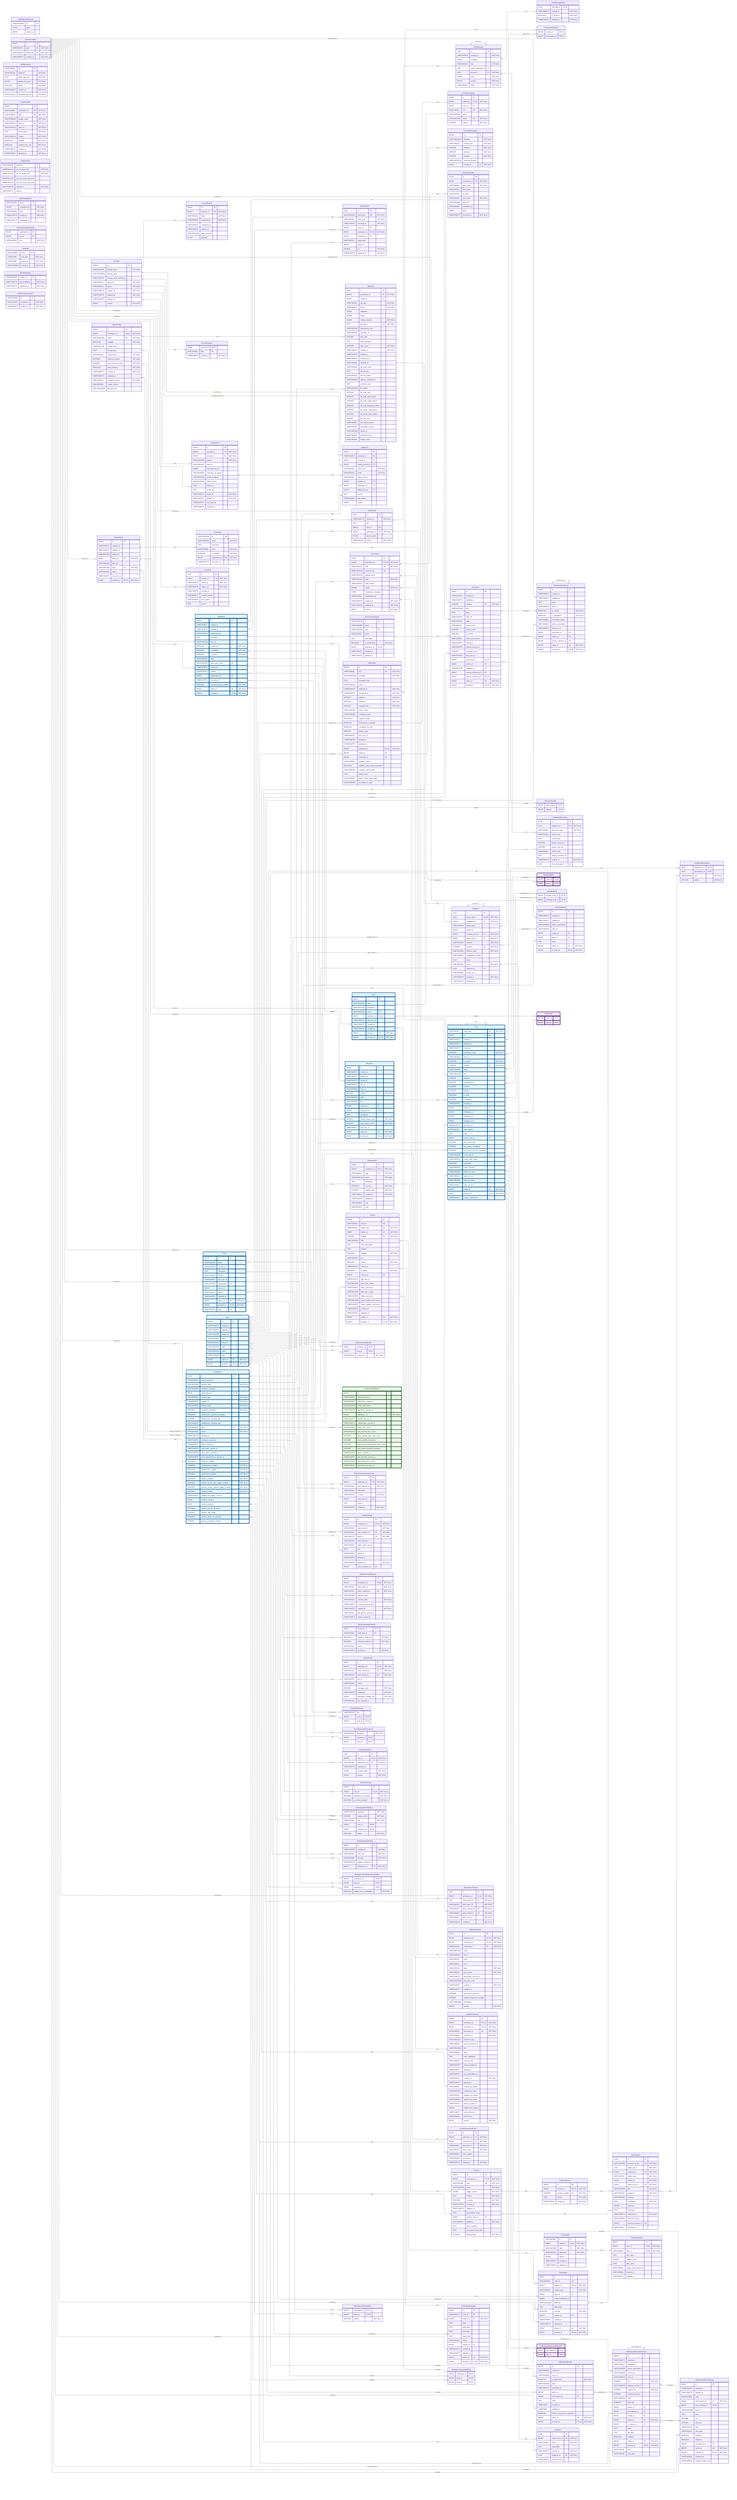
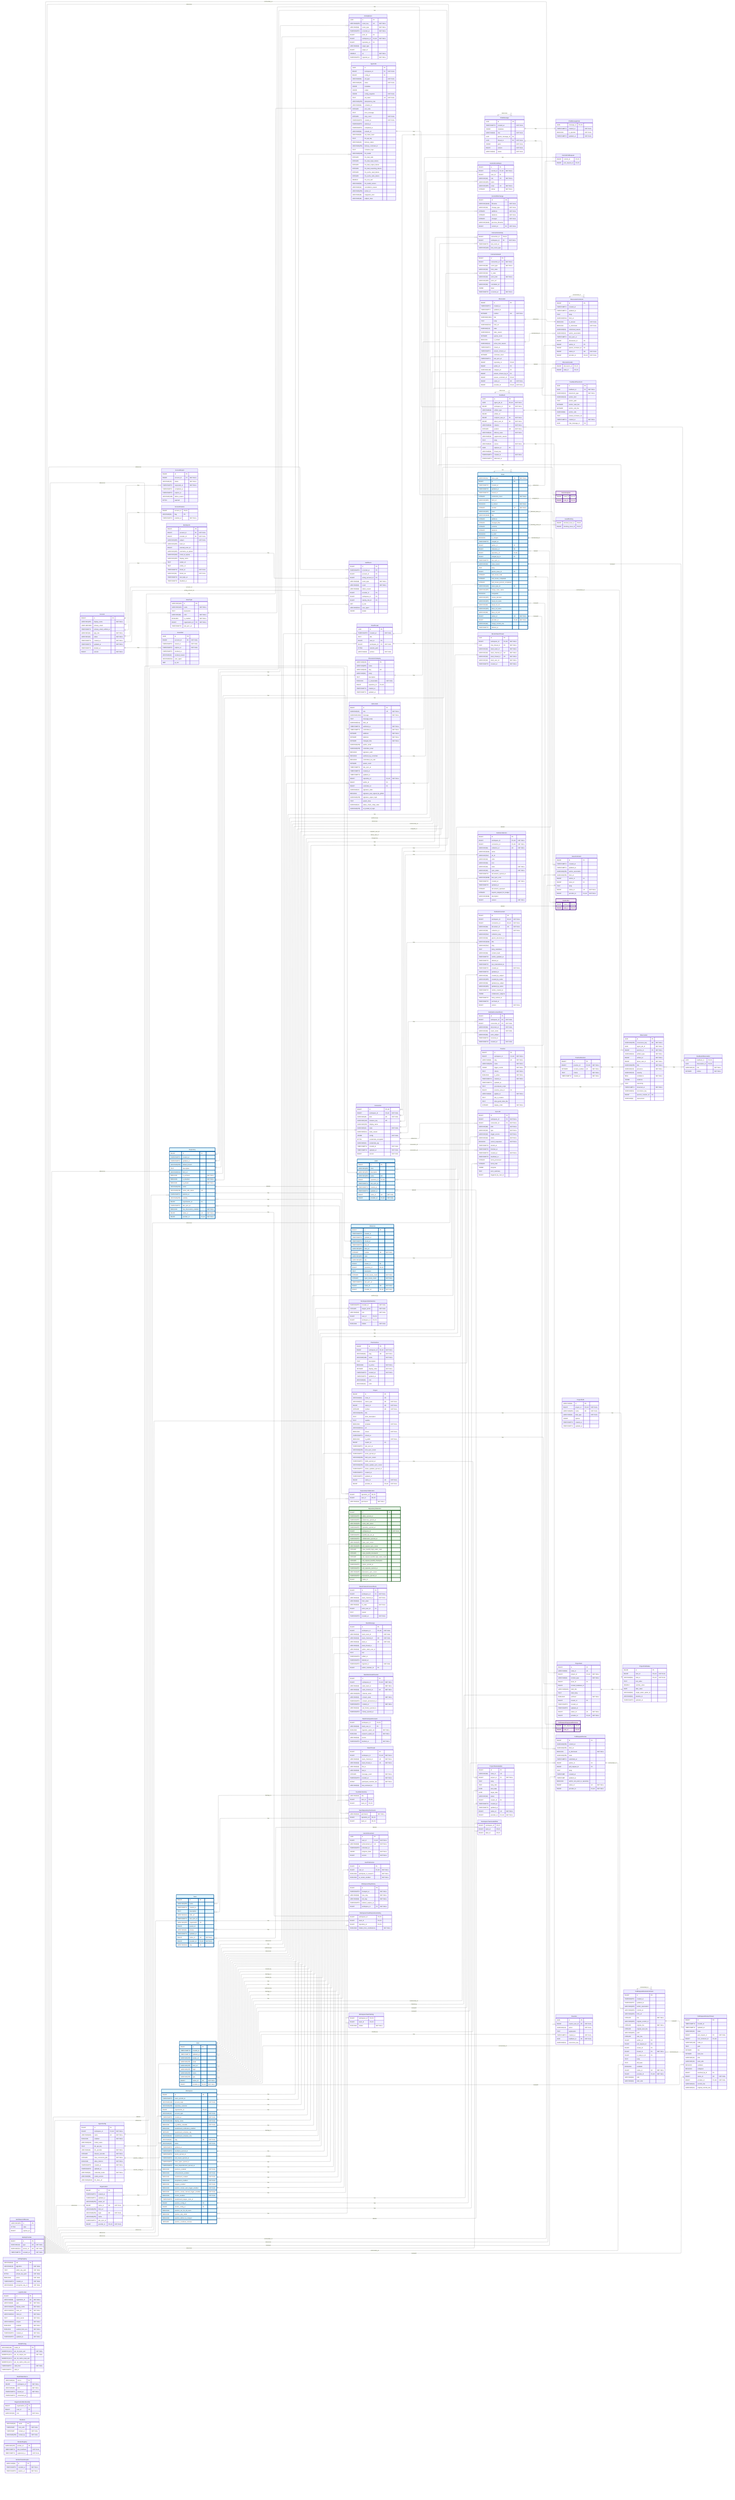
---
config:
    layout: elk
---
erDiagram
    %% Generated automatically from PostgreSQL database schema
    %% using scripts/generate-mermaid-erd.ts
    %% To regenerate: pnpm run db:generate-erd-docs

    direction LR

    Account {
        BIGINT id PK
        VARCHAR(255) display_name "NOT NULL"
        USER-DEFINED primary_email
        TIMESTAMPTZ primary_email_verified_at
        VARCHAR(16) app_role "NOT NULL"
        VARCHAR(16) status "NOT NULL"
        TIMESTAMPTZ created_at "NOT NULL"
        TIMESTAMPTZ updated_at "NOT NULL"
        TIMESTAMPTZ deleted_at
        BIGINT version "NOT NULL"
    }

    AccountExport {
        BIGINT id PK
        BIGINT account_id FK "NOT NULL"
        VARCHAR(16) status "NOT NULL"
        TIMESTAMPTZ requested_at "NOT NULL"
        TIMESTAMPTZ completed_at
        TIMESTAMPTZ expires_at
        VARCHAR(128) failure_reason
        BYTEA payload
    }

    AccountFeature {
        BIGINT account_id PK,FK
        VARCHAR(64) flag PK
        TIMESTAMPTZ enabled_at "NOT NULL"
    }

    ActivityEvent {
        UUID id PK
        VARCHAR(255) event_key UK "NOT NULL"
        VARCHAR(64) event_type "NOT NULL"
        TIMESTAMPTZ occurred_at "NOT NULL"
        BIGINT actor_id FK
        BIGINT workspace_id FK,UK "NOT NULL"
        BIGINT repository_id FK
        VARCHAR(32) target_type
        BIGINT target_id
        DOUBLE xp "NOT NULL"
        TIMESTAMPTZ ingested_at "NOT NULL"
    }

    AgentConfig {
        BIGINT id PK
        BIGINT workspace_id FK,UK "NOT NULL"
        VARCHAR(100) name UK "NOT NULL"
        BOOLEAN enabled "NOT NULL"
        VARCHAR(128) model_name
        TEXT llm_api_key
        VARCHAR(32) llm_provider "NOT NULL"
        INTEGER timeout_seconds "NOT NULL"
        INTEGER max_concurrent_jobs "NOT NULL"
        BOOLEAN allow_internet "NOT NULL"
        TIMESTAMPTZ created_at "NOT NULL"
        TIMESTAMPTZ updated_at
        VARCHAR(16) credential_mode "NOT NULL"
        VARCHAR(50) model_version
        VARCHAR(2048) llm_base_url
    }

    AgentJob {
        UUID id PK
        BIGINT workspace_id FK "NOT NULL"
        BIGINT config_id FK
        VARCHAR(50) job_type "NOT NULL"
        VARCHAR(20) status "NOT NULL"
        JSONB metadata
        JSONB output
        JSONB config_snapshot "NOT NULL"
        TEXT job_token UK "NOT NULL"
        VARCHAR(255) idempotency_key
        VARCHAR(64) container_id
        INTEGER exit_code
        TEXT error_message
        INTEGER retry_count "NOT NULL"
        TIMESTAMPTZ created_at "NOT NULL"
        TIMESTAMPTZ started_at
        TIMESTAMPTZ completed_at
        VARCHAR(64) network_id
        VARCHAR(64) job_token_hash
        TEXT llm_api_key
        VARCHAR(20) delivery_status
        VARCHAR(255) delivery_comment_id
        TEXT container_logs
        VARCHAR(100) llm_model
        INTEGER llm_total_calls
        INTEGER llm_total_input_tokens
        INTEGER llm_total_output_tokens
        INTEGER llm_total_reasoning_tokens
        INTEGER llm_cache_read_tokens
        INTEGER llm_cache_write_tokens
        DOUBLE llm_cost_usd
        VARCHAR(50) llm_model_version
        VARCHAR(32) cancellation_reason
        VARCHAR(255) worker_id
        VARCHAR(48) integration_kind
        VARCHAR(48) subject_class
    }

    AuthEvent {
        BIGINT id PK
        TIMESTAMPTZ occurred_at PK
        BIGINT account_id FK
        BIGINT acting_account_id FK
        VARCHAR(48) event_type "NOT NULL"
        VARCHAR(16) result "NOT NULL"
        VARCHAR(64) failure_reason
        BIGINT provider_id FK
        BIGINT workspace_id FK
        BIGINT identity_link_id FK
        INET ip_inet
        VARCHAR(512) user_agent
        JSONB details
    }

    AuthRateLimitBucket {
        VARCHAR(255) id PK
        BYTEA state
        BIGINT expires_at
    }

    ChatMessage {
        UUID id PK
        TIMESTAMPTZ created_at "NOT NULL"
        JSONB metadata
        VARCHAR(16) role "NOT NULL"
        UUID parent_message_id FK
        UUID thread_id FK "NOT NULL"
        JSONB parts "NOT NULL"
        BIGINT version "NOT NULL"
        VARCHAR(16) status "NOT NULL"
    }

    ChatMessageVote {
        UUID message_id PK,FK
        TIMESTAMPTZ created_at "NOT NULL"
        BOOLEAN is_upvoted "NOT NULL"
        TIMESTAMPTZ updated_at "NOT NULL"
    }

    ChatThread {
        UUID id PK
        TIMESTAMPTZ created_at "NOT NULL"
        TEXT title
        BIGINT user_id FK
        BIGINT workspace_id FK "NOT NULL"
        BYTEA session_jsonl
        VARCHAR(16) surface "NOT NULL"
    }

    CommitContributor {
        BIGINT id PK
        BIGINT commit_id FK,UK "NOT NULL"
        BIGINT user_id FK
        VARCHAR(32) role UK "NOT NULL"
        VARCHAR(255) name
        VARCHAR(255) email UK "NOT NULL"
        INTEGER ordinal "NOT NULL"
    }

    CommitFileChange {
        BIGINT id PK
        VARCHAR(1024) filename "NOT NULL"
        VARCHAR(32) change_type "NOT NULL"
        INTEGER additions "NOT NULL"
        INTEGER deletions "NOT NULL"
        INTEGER changes "NOT NULL"
        VARCHAR(1024) previous_filename
        BIGINT commit_id FK "NOT NULL"
    }

    CommitPullRequest {
        BIGINT commit_id PK,FK
        BIGINT pull_request_id PK,FK
    }

    Connection {
-         BIGINT id PK
+         BIGINT id PK,UK
        BIGINT workspace_id FK,UK "NOT NULL"
        VARCHAR(48) kind UK "NOT NULL"
        VARCHAR(128) instance_key UK
        VARCHAR(256) display_name
        VARCHAR(32) state "NOT NULL"
        VARCHAR(512) state_reason
        JSONB config "NOT NULL"
        BYTEA credentials_encrypted
        VARCHAR(64) credentials_alg
        TIMESTAMPTZ created_at "NOT NULL"
        TIMESTAMPTZ updated_at "NOT NULL"
        BIGINT version "NOT NULL"
+     }
+ 
+     ConnectionActivity {
+         BIGINT connection_id PK,FK
+         BIGINT workspace_id FK "NOT NULL"
+         TIMESTAMPTZ last_event_at
+         VARCHAR(128) last_event_type
    }

    ConnectionAudit {
        BIGINT id PK
        BIGINT connection_id FK "NOT NULL"
        VARCHAR(48) event_type "NOT NULL"
        VARCHAR(32) from_state
        VARCHAR(32) to_state
        VARCHAR(32) actor_kind "NOT NULL"
        VARCHAR(256) actor_ref
        VARCHAR(64) correlation_id
        JSONB detail
        TIMESTAMPTZ occurred_at "NOT NULL"
    }

    Discussion {
        BIGINT id PK
        TIMESTAMPTZ created_at
        TIMESTAMPTZ updated_at
        INTEGER number UK "NOT NULL"
        VARCHAR(1024) title
        TEXT body
        VARCHAR(512) html_url
        VARCHAR(16) state
        VARCHAR(32) state_reason
        INTEGER upvote_count
        BOOLEAN is_locked
        VARCHAR(32) active_lock_reason
        TIMESTAMPTZ closed_at
        TIMESTAMPTZ answer_chosen_at
        INTEGER comment_count
        TIMESTAMPTZ last_sync_at
        BIGINT repository_id FK,UK
        BIGINT author_id FK
        VARCHAR(128) category_id FK
        BIGINT answer_chosen_by_id FK
        BIGINT answer_comment_id FK,UK
        BIGINT native_id UK "NOT NULL"
        BIGINT provider_id FK,UK "NOT NULL"
    }

    DiscussionCategory {
        VARCHAR(128) id PK
        VARCHAR(255) name
        VARCHAR(128) slug UK
        VARCHAR(32) emoji
        TEXT description
        BOOLEAN is_answerable "NOT NULL"
        BIGINT repository_id FK,UK
        TIMESTAMPTZ created_at
        TIMESTAMPTZ updated_at
    }

    DiscussionComment {
        BIGINT id PK
        TIMESTAMPTZ created_at
        TIMESTAMPTZ updated_at
        TEXT body
        VARCHAR(512) html_url
        BOOLEAN is_answer "NOT NULL"
        BOOLEAN is_minimized "NOT NULL"
        VARCHAR(64) minimized_reason
        VARCHAR(32) author_association
        TIMESTAMPTZ last_sync_at
        BIGINT discussion_id FK
        BIGINT author_id FK
        BIGINT parent_comment_id FK
        BIGINT native_id UK "NOT NULL"
        BIGINT provider_id FK,UK "NOT NULL"
    }

    DiscussionLabel {
        BIGINT discussion_id PK,FK
        BIGINT label_id PK,FK
    }

    Feedback {
        UUID id PK
        UUID agent_job_id FK,UK "NOT NULL"
        BIGINT workspace_id FK "NOT NULL"
        VARCHAR(32) artifact_type
        BIGINT artifact_id
        BIGINT recipient_user_id FK "NOT NULL"
        BIGINT about_user_id FK "NOT NULL"
        VARCHAR(32) channel "NOT NULL"
        INTEGER position UK "NOT NULL"
        VARCHAR(16) delivery_state "NOT NULL"
        VARCHAR(32) suppression_reason
        TEXT body
        VARCHAR(16) source "NOT NULL"
        UUID replaces_id FK
        VARCHAR(64) thread_key
        TIMESTAMPTZ created_at "NOT NULL"
        TIMESTAMPTZ delivered_at
    }

    FeedbackObservation {
        UUID feedback_id PK,FK
        UUID observation_id PK,FK
        VARCHAR(16) role "NOT NULL"
        INTEGER ordinal "NOT NULL"
    }

    FeedbackPlacement {
        UUID id PK
        UUID feedback_id FK "NOT NULL"
        VARCHAR(32) placement_type "NOT NULL"
        VARCHAR(16) anchor_kind
        TEXT anchor_path
        INTEGER anchor_start_line
        INTEGER anchor_end_line
        VARCHAR(8) anchor_side
        TEXT posted_comment_ref
        TIMESTAMPTZ created_at "NOT NULL"
        UUID chat_message_id FK
    }

    GitCommit {
        BIGINT id PK
        VARCHAR(40) sha UK "NOT NULL"
        VARCHAR(1024) message "NOT NULL"
        TEXT message_body
        VARCHAR(512) html_url
        TIMESTAMPTZ authored_at "NOT NULL"
        TIMESTAMPTZ committed_at "NOT NULL"
        INTEGER additions "NOT NULL"
        INTEGER deletions "NOT NULL"
        INTEGER changed_files "NOT NULL"
        VARCHAR(255) author_email
        VARCHAR(255) committer_email
        BOOLEAN signature_valid
        BOOLEAN authored_by_committer
        BOOLEAN committed_via_web
        INTEGER parent_count
        TIMESTAMPTZ last_sync_at
        TIMESTAMPTZ created_at
        TIMESTAMPTZ updated_at
        BIGINT repository_id FK,UK "NOT NULL"
        BIGINT author_id FK
        BIGINT committer_id FK
        VARCHAR(32) signature_state
        BOOLEAN signature_was_signed_by_github
        VARCHAR(255) signature_signer_login
        TEXT parent_shas
        VARCHAR(32) status_check_rollup_state
        VARCHAR(255) on_behalf_of_login
    }

    IdentityLink {
        BIGINT id PK
        BIGINT account_id FK "NOT NULL"
        BIGINT provider_id FK "NOT NULL"
        VARCHAR(255) subject "NOT NULL"
        VARCHAR(255) team_id
        BIGINT external_actor_id
        VARCHAR(255) username_at_signup
        VARCHAR(320) email_at_signup
        VARCHAR(255) display_name
        TEXT avatar_url
        TEXT profile_url
        TIMESTAMPTZ linked_at "NOT NULL"
        VARCHAR(16) linked_via "NOT NULL"
        TIMESTAMPTZ last_login_at
        TIMESTAMPTZ disabled_at
    }

    IdentityProvider {
        BIGINT id PK
        VARCHAR(10) type UK "NOT NULL"
        VARCHAR(512) server_url UK "NOT NULL"
        TIMESTAMPTZ created_at "NOT NULL"
    }

    Issue {
        VARCHAR(31) issue_type UK "NOT NULL"
        BIGINT id PK
        TIMESTAMPTZ created_at
        TIMESTAMPTZ updated_at
        TIMESTAMPTZ closed_at
        INTEGER comments_count "NOT NULL"
        VARCHAR(255) html_url
        BOOLEAN is_locked "NOT NULL"
        INTEGER number UK "NOT NULL"
        VARCHAR(255) state
        VARCHAR(1024) title
        INTEGER additions
        INTEGER changed_files
        INTEGER commits
        INTEGER deletions
        BOOLEAN is_draft
        BOOLEAN is_merged
        TIMESTAMPTZ merged_at
        BIGINT author_id FK
        BIGINT milestone_id FK
        BIGINT repository_id FK,UK
        BIGINT merged_by_id FK
        TIMESTAMPTZ last_sync_at
        VARCHAR(32) state_reason
        TEXT body
        BIGINT parent_issue_id FK
        INTEGER sub_issues_total
        INTEGER sub_issues_completed
        INTEGER sub_issues_percent_completed
        VARCHAR(128) issue_type_id FK
        VARCHAR(255) merge_state_status
        BOOLEAN mergeable
        VARCHAR(255) review_decision
        VARCHAR(255) head_ref_name
        VARCHAR(40) head_ref_oid
        VARCHAR(255) base_ref_name
        VARCHAR(40) base_ref_oid
        BIGINT native_id UK "NOT NULL"
        BIGINT provider_id FK,UK "NOT NULL"
        VARCHAR(40) merge_commit_sha
+         TIMESTAMPTZ deleted_at
    }

    IssueAssignee {
        BIGINT issue_id PK,FK
        BIGINT user_id PK,FK
    }

    IssueBlocking {
        BIGINT blocked_issue_id PK,FK
        BIGINT blocking_issue_id PK,FK
    }

    IssueComment {
        BIGINT id PK
        TIMESTAMPTZ created_at
        TIMESTAMPTZ updated_at
        VARCHAR(255) author_association
        VARCHAR(255) html_url
        BIGINT author_id FK
        BIGINT issue_id FK
        TEXT body
        BIGINT native_id UK "NOT NULL"
        BIGINT provider_id FK,UK "NOT NULL"
    }

    IssueLabel {
        BIGINT issue_id PK,FK
        BIGINT label_id PK,FK
    }

    IssueType {
        VARCHAR(128) id PK
        VARCHAR(128) name "NOT NULL"
        TEXT description
        VARCHAR(20) color "NOT NULL"
        BOOLEAN is_enabled "NOT NULL"
        BIGINT organization_id FK "NOT NULL"
        TIMESTAMPTZ last_sync_at
    }

    IssuedJwt {
        UUID jti PK
        BIGINT account_id FK "NOT NULL"
        TIMESTAMPTZ issued_at "NOT NULL"
        TIMESTAMPTZ expires_at "NOT NULL"
        TIMESTAMPTZ revoked_at
        VARCHAR(32) revoked_reason
        VARCHAR(512) user_agent
        INET ip_inet
    }

    JwtSigningKey {
        VARCHAR(64) kid PK
        VARCHAR(16) algorithm "NOT NULL"
        TEXT public_key_pem "NOT NULL"
        BYTEA private_key_pem "NOT NULL"
        BOOLEAN active "NOT NULL"
        TIMESTAMPTZ created_at "NOT NULL"
        VARCHAR(64) encryption_key_id "NOT NULL"
    }

    Label {
        BIGINT id PK
        VARCHAR(255) color
        VARCHAR(255) description
        VARCHAR(255) name UK
        BIGINT repository_id FK,UK
        TIMESTAMPTZ last_sync_at
        TIMESTAMPTZ created_at
        TIMESTAMPTZ updated_at
        BIGINT native_id UK "NOT NULL"
        BIGINT provider_id FK,UK "NOT NULL"
    }

    LoginProvider {
        BIGINT id PK
        VARCHAR(64) registration_id UK "NOT NULL"
        VARCHAR(10) type UK "NOT NULL"
        VARCHAR(255) display_name "NOT NULL"
        VARCHAR(512) base_url UK "NOT NULL"
        VARCHAR(512) client_id "NOT NULL"
        TEXT client_secret "NOT NULL"
        VARCHAR(512) scopes "NOT NULL"
        BOOLEAN enabled "NOT NULL"
        BOOLEAN seeded_from_env "NOT NULL"
        TIMESTAMPTZ created_at "NOT NULL"
        TIMESTAMPTZ updated_at "NOT NULL"
    }

    MentorSlackThread {
        UUID id PK
        BIGINT workspace_id FK,UK "NOT NULL"
        UUID chat_thread_id FK "NOT NULL"
        VARCHAR(32) slack_team_id "NOT NULL"
        VARCHAR(32) slack_channel_id UK "NOT NULL"
        VARCHAR(32) slack_thread_ts UK "NOT NULL"
        VARCHAR(32) slack_user_id "NOT NULL"
        TIMESTAMPTZ created_at "NOT NULL"
    }

    Milestone {
        BIGINT id PK
        TIMESTAMPTZ created_at
        TIMESTAMPTZ updated_at
        TIMESTAMPTZ closed_at
        TIMESTAMPTZ due_on
        VARCHAR(255) html_url
        INTEGER number UK "NOT NULL"
        VARCHAR(255) state
        VARCHAR(255) title
        BIGINT creator_id FK
        BIGINT repository_id FK,UK
        TEXT description
        INTEGER closed_issues_count "NOT NULL"
        INTEGER open_issues_count "NOT NULL"
        TIMESTAMPTZ last_sync_at
        BIGINT native_id UK "NOT NULL"
        BIGINT provider_id FK,UK "NOT NULL"
    }

    ModelPricing {
        VARCHAR(128) model_id PK
        NUMERIC(12,6) per_1k_input_usd "NOT NULL"
        NUMERIC(12,6) per_1k_output_usd "NOT NULL"
        NUMERIC(12,6) per_1k_cache_read_usd
        NUMERIC(12,6) per_1k_cache_write_usd
        TIMESTAMPTZ valid_from "NOT NULL"
        TIMESTAMPTZ valid_to
    }

    OauthStateNonce {
        VARCHAR(32) nonce PK
        BIGINT workspace_id "NOT NULL"
        VARCHAR(48) kind "NOT NULL"
        TIMESTAMPTZ issued_at "NOT NULL"
        TIMESTAMPTZ consumed_at
    }

    Observation {
        UUID id PK
        VARCHAR(255) occurrence_key UK "NOT NULL"
        UUID agent_job_id "NOT NULL"
        BIGINT practice_id FK "NOT NULL"
        VARCHAR(32) artifact_type "NOT NULL"
        BIGINT artifact_id "NOT NULL"
        BIGINT about_user_id FK "NOT NULL"
        VARCHAR(255) title "NOT NULL"
        VARCHAR(16) presence "NOT NULL"
        VARCHAR(16) severity
        REAL confidence "NOT NULL"
        JSONB evidence
        TEXT reasoning
        TIMESTAMPTZ observed_at "NOT NULL"
        VARCHAR(64) recurrence_key
        BIGINT practice_revision_id FK
        VARCHAR(8) assessment
    }

    Organization {
        BIGINT id PK
        TIMESTAMPTZ created_at
        TIMESTAMPTZ updated_at
        VARCHAR(255) avatar_url
        BIGINT native_id UK "NOT NULL"
        VARCHAR(255) html_url
        VARCHAR(255) login UK "NOT NULL"
        VARCHAR(255) name
        TIMESTAMPTZ last_sync_at
        BIGINT provider_id FK,UK "NOT NULL"
    }

    OrganizationMembership {
        BIGINT organization_id PK
        BIGINT user_id PK
        VARCHAR(32) role "NOT NULL"
    }

    OutlineCollection {
        BIGINT id PK
        BIGINT workspace_id FK,UK "NOT NULL"
        BIGINT connection_id FK,UK "NOT NULL"
        VARCHAR(64) collection_id UK "NOT NULL"
        VARCHAR(1024) name
        VARCHAR(512) url_id
        VARCHAR(32) color
        VARCHAR(64) icon
        VARCHAR(16) state "NOT NULL"
        VARCHAR(16) sync_status "NOT NULL"
        TIMESTAMPTZ documents_synced_at
        VARCHAR(2048) last_sync_error
        TIMESTAMPTZ created_at "NOT NULL"
        TIMESTAMPTZ updated_at
        INTEGER documents_upstream
        INTEGER exports_skipped_for_budget
        VARCHAR(2048) description
        BIGINT version "NOT NULL"
    }

    OutlineDocument {
        BIGINT id PK
        BIGINT workspace_id FK,UK "NOT NULL"
        BIGINT connection_id FK,UK "NOT NULL"
        VARCHAR(64) document_id UK "NOT NULL"
        VARCHAR(64) collection_id "NOT NULL"
        VARCHAR(512) collection_slug
        VARCHAR(64) parent_document_id
        VARCHAR(1024) title
        VARCHAR(512) slug
        TEXT body_markdown
        VARCHAR(64) content_hash
        TIMESTAMPTZ outline_updated_at
        TIMESTAMPTZ deleted_at
        TIMESTAMPTZ last_materialized_at
        TIMESTAMPTZ created_at "NOT NULL"
        TIMESTAMPTZ updated_at
        VARCHAR(64) created_by_subject
        VARCHAR(255) created_by_name
        VARCHAR(64) updated_by_subject
        VARCHAR(255) updated_by_name
        TIMESTAMPTZ outline_created_at
        JSONB collaborator_subjects
        TIMESTAMPTZ body_evicted_at
        TIMESTAMPTZ archived_at
        BIGINT version "NOT NULL"
    }

    OutlineDocumentEvent {
        BIGINT id PK
        BIGINT workspace_id FK "NOT NULL"
        BIGINT connection_id FK "NOT NULL"
        VARCHAR(64) document_id "NOT NULL"
        VARCHAR(64) event_name "NOT NULL"
        VARCHAR(64) actor_subject
        TIMESTAMPTZ occurred_at
        TIMESTAMPTZ created_at "NOT NULL"
    }

    Practice {
        BIGINT id PK
        BIGINT workspace_id FK,UK "NOT NULL"
        VARCHAR(64) slug UK "NOT NULL"
        VARCHAR(128) name "NOT NULL"
        JSONB trigger_events "NOT NULL"
        TEXT criteria "NOT NULL"
        BOOLEAN is_active "NOT NULL"
        TIMESTAMPTZ created_at "NOT NULL"
        TIMESTAMPTZ updated_at
        TEXT precompute_script
        BIGINT practice_area_id FK
        VARCHAR(32) applies_to "NOT NULL"
        TEXT why_it_matters
        TEXT what_good_looks_like
        INTEGER display_order "NOT NULL"
    }

    PracticeArea {
        BIGINT id PK
        BIGINT workspace_id FK,UK "NOT NULL"
        VARCHAR(64) slug UK "NOT NULL"
        VARCHAR(128) name "NOT NULL"
        TEXT description
        BOOLEAN is_active "NOT NULL"
        INTEGER display_order "NOT NULL"
        TIMESTAMPTZ created_at "NOT NULL"
        TIMESTAMPTZ updated_at
        VARCHAR(64) icon
        VARCHAR(32) color
    }

    PracticeRevision {
        BIGINT id PK
        BIGINT practice_id FK,UK "NOT NULL"
        INTEGER revision_number UK "NOT NULL"
        TEXT criteria "NOT NULL"
        TIMESTAMPTZ created_at "NOT NULL"
    }

    Project {
        BIGINT id PK
        VARCHAR(64) node_id UK
        VARCHAR(32) owner_type UK "NOT NULL"
        BIGINT owner_id UK "NOT NULL"
        INTEGER number UK "NOT NULL"
        VARCHAR(256) title
        TEXT short_description
        TEXT readme
        BOOLEAN template "NOT NULL"
        VARCHAR(512) url
        BOOLEAN closed "NOT NULL"
        TIMESTAMPTZ closed_at
        BOOLEAN is_public "NOT NULL"
        BIGINT creator_id FK
        TIMESTAMPTZ last_sync_at
        VARCHAR(256) item_sync_cursor
        TIMESTAMPTZ items_synced_at
        VARCHAR(256) field_sync_cursor
        TIMESTAMPTZ fields_synced_at
        VARCHAR(256) status_update_sync_cursor
        TIMESTAMPTZ status_updates_synced_at
        TIMESTAMPTZ created_at
        TIMESTAMPTZ updated_at
        BIGINT native_id UK "NOT NULL"
        BIGINT provider_id FK,UK "NOT NULL"
    }

    ProjectField {
        VARCHAR(64) id PK
        BIGINT project_id FK,UK "NOT NULL"
        VARCHAR(256) name UK "NOT NULL"
        VARCHAR(32) data_type "NOT NULL"
        JSONB options
        TIMESTAMPTZ created_at
        TIMESTAMPTZ updated_at
    }

    ProjectFieldValue {
        BIGINT id PK
        BIGINT item_id FK,UK "NOT NULL"
        VARCHAR(64) field_id FK,UK "NOT NULL"
        TEXT text_value
        DOUBLE number_value
        DATE date_value
        VARCHAR(64) single_select_option_id
        VARCHAR(64) iteration_id
        TIMESTAMPTZ updated_at
    }

    ProjectItem {
        BIGINT id PK
        VARCHAR(64) node_id UK
        BIGINT project_id FK,UK "NOT NULL"
        VARCHAR(32) content_type "NOT NULL"
        BIGINT issue_id FK
        BIGINT content_database_id
        VARCHAR(1024) draft_title
        TEXT draft_body
        BOOLEAN archived "NOT NULL"
        BIGINT creator_id FK
        TIMESTAMPTZ created_at
        TIMESTAMPTZ updated_at
        BIGINT native_id UK "NOT NULL"
        BIGINT provider_id FK,UK "NOT NULL"
    }

    ProjectStatusUpdate {
        BIGINT id PK
        VARCHAR(64) node_id UK
        BIGINT project_id FK "NOT NULL"
        TEXT body
        TEXT body_html
        DATE start_date
        DATE target_date
        VARCHAR(32) status
        BIGINT creator_id FK
        TIMESTAMPTZ created_at
        TIMESTAMPTZ updated_at
        BIGINT native_id UK "NOT NULL"
        BIGINT provider_id FK,UK "NOT NULL"
    }

    PullRequestRequestedReviewer {
        BIGINT pull_request_id PK,FK
        BIGINT user_id PK,FK
    }

    PullRequestReview {
        BIGINT id PK
        VARCHAR(255) commit_id
        VARCHAR(255) html_url
        BOOLEAN is_dismissed "NOT NULL"
        VARCHAR(255) state
        TIMESTAMPTZ submitted_at
        BIGINT author_id FK
        BIGINT pull_request_id FK
        TEXT body
        TIMESTAMP created_at
        TIMESTAMP updated_at
        BOOLEAN author_can_push_to_repository
        BIGINT native_id UK "NOT NULL"
        BIGINT provider_id FK,UK "NOT NULL"
    }

    PullRequestReviewComment {
        BIGINT id PK
        TIMESTAMPTZ created_at
        TIMESTAMPTZ updated_at
        VARCHAR(255) author_association
        VARCHAR(255) commit_id
        VARCHAR(255) html_url
        INTEGER line "NOT NULL"
        VARCHAR(255) original_commit_id
        INTEGER original_line "NOT NULL"
        INTEGER original_start_line
        VARCHAR(255) path
        INTEGER start_line
        BIGINT author_id FK
        BIGINT pull_request_id FK
        BIGINT review_id FK
        BIGINT thread_id FK "NOT NULL"
        BIGINT in_reply_to_id FK
        TEXT body
        TEXT diff_hunk
        BOOLEAN outdated
        BIGINT native_id UK "NOT NULL"
        BIGINT provider_id FK,UK "NOT NULL"
        VARCHAR(16) side
        VARCHAR(16) start_side
    }

    PullRequestReviewThread {
        BIGINT id PK
        TIMESTAMPTZ created_at
        TIMESTAMPTZ updated_at
        VARCHAR(20) state
        BIGINT pull_request_id FK "NOT NULL"
        BIGINT root_comment_id FK,UK
        VARCHAR(128) node_id
        TEXT path
        INTEGER line
        INTEGER start_line
        VARCHAR(16) side
        VARCHAR(16) start_side
        BOOLEAN outdated
        BOOLEAN collapsed
        BIGINT resolved_by_id FK
        BIGINT native_id UK "NOT NULL"
        BIGINT provider_id FK,UK "NOT NULL"
        VARCHAR(64) commit_sha
        VARCHAR(64) original_commit_sha
    }

    Reaction {
        UUID id PK
        BIGINT reactor_user_id FK "NOT NULL"
        VARCHAR(16) action "NOT NULL"
        TEXT explanation
        TIMESTAMPTZ created_at "NOT NULL"
        UUID feedback_id FK "NOT NULL"
        VARCHAR(64) recurrence_key
    }

    Repository {
        BIGINT id PK
        TIMESTAMPTZ created_at
        TIMESTAMPTZ updated_at
        VARCHAR(255) default_branch
        TEXT description
        VARCHAR(512) html_url
        BOOLEAN is_archived "NOT NULL"
        BOOLEAN is_disabled "NOT NULL"
        BOOLEAN is_private "NOT NULL"
        VARCHAR(255) name
        VARCHAR(150) name_with_owner UK
        TIMESTAMPTZ pushed_at
        VARCHAR(255) visibility
        BIGINT organization_id FK
        TIMESTAMPTZ last_sync_at
        BOOLEAN has_discussions_enabled "NOT NULL"
        BIGINT native_id UK "NOT NULL"
        BIGINT provider_id FK,UK "NOT NULL"
    }

    RepositoryCollaborator {
        BIGINT repository_id PK,FK
        BIGINT user_id PK,FK
        VARCHAR(32) permission "NOT NULL"
    }

    RepositoryToMonitor {
        BIGINT id PK
        TIMESTAMPTZ labels_synced_at
        TIMESTAMPTZ milestones_synced_at
        VARCHAR(255) name_with_owner
        TIMESTAMPTZ repository_synced_at
        BIGINT workspace_id FK "NOT NULL"
        TIMESTAMPTZ backfill_last_run_at
        TIMESTAMPTZ collaborators_synced_at
        VARCHAR(255) issue_sync_cursor
        VARCHAR(255) pull_request_sync_cursor
        INTEGER issue_backfill_high_water_mark
        INTEGER issue_backfill_checkpoint
        INTEGER pull_request_backfill_high_water_mark
        INTEGER pull_request_backfill_checkpoint
        TIMESTAMPTZ issues_synced_at
        TIMESTAMPTZ pull_requests_synced_at
        VARCHAR(255) discussion_sync_cursor
        TIMESTAMPTZ discussions_synced_at
+         BIGINT native_id
    }

    Shedlock {
        VARCHAR(64) name PK
        TIMESTAMP lock_until "NOT NULL"
        TIMESTAMP locked_at "NOT NULL"
        VARCHAR(255) locked_by "NOT NULL"
    }

    SlackChannelConsentEvent {
        BIGINT id PK
        BIGINT workspace_id FK "NOT NULL"
        VARCHAR(32) slack_channel_id "NOT NULL"
        VARCHAR(16) from_state
        VARCHAR(16) to_state "NOT NULL"
        BIGINT actor_user_id FK
        TEXT reason
        TIMESTAMPTZ created_at "NOT NULL"
    }

    SlackMessage {
        BIGINT id PK
        BIGINT workspace_id FK,UK "NOT NULL"
        VARCHAR(32) slack_team_id "NOT NULL"
        VARCHAR(32) slack_channel_id UK "NOT NULL"
        VARCHAR(32) slack_ts UK "NOT NULL"
        VARCHAR(32) slack_thread_ts
        VARCHAR(32) author_slack_user_id
        TEXT text
        TIMESTAMPTZ edited_at
        TIMESTAMPTZ deleted_at
        TIMESTAMPTZ ingested_at "NOT NULL"
        BIGINT author_member_id FK
    }

    SlackMonitoredChannel {
        BIGINT id PK
        BIGINT workspace_id FK,UK "NOT NULL"
        VARCHAR(32) slack_team_id "NOT NULL"
        VARCHAR(32) slack_channel_id UK "NOT NULL"
        VARCHAR(256) channel_name
        VARCHAR(16) consent_state "NOT NULL"
        TIMESTAMPTZ consent_announced_at
        TIMESTAMPTZ created_at "NOT NULL"
        VARCHAR(32) last_history_synced_ts
        TIMESTAMPTZ history_synced_at
    }

    SlackParticipantConsent {
        BIGINT workspace_id PK,FK
        VARCHAR(32) slack_user_id PK
        BOOLEAN ingestion_opted_out "NOT NULL"
        BOOLEAN research_opted_out "NOT NULL"
        VARCHAR(32) source
        TIMESTAMPTZ decided_at "NOT NULL"
    }

    SlackThread {
        BIGINT id PK
        BIGINT workspace_id FK,UK "NOT NULL"
        VARCHAR(32) slack_channel_id UK "NOT NULL"
        VARCHAR(32) slack_thread_ts UK "NOT NULL"
        VARCHAR(32) first_ts
        VARCHAR(32) last_ts
        INTEGER message_count "NOT NULL"
        TIMESTAMPTZ created_at "NOT NULL"
        ARRAY participant_member_ids "NOT NULL"
        VARCHAR(32) last_reviewed_ts
+     }
+ 
+     SyncJob {
+         BIGINT id PK
+         BIGINT workspace_id FK "NOT NULL"
+         BIGINT connection_id FK "NOT NULL"
+         VARCHAR(48) kind "NOT NULL"
+         VARCHAR(32) type "NOT NULL"
+         VARCHAR(32) trigger_source "NOT NULL"
+         VARCHAR(32) status "NOT NULL"
+         BOOLEAN cancel_requested "NOT NULL"
+         TIMESTAMPTZ started_at
+         TIMESTAMPTZ finished_at
+         TIMESTAMPTZ created_at "NOT NULL"
+         TIMESTAMPTZ heartbeat_at
+         INTEGER items_processed
+         INTEGER items_total
+         JSONB progress
+         TEXT error_summary
+         BIGINT triggered_by_user_id
    }

    Team {
        BIGINT id PK
        VARCHAR(255) name
        TIMESTAMPTZ created_at
        TEXT description
        VARCHAR(512) html_url
        TIMESTAMPTZ last_sync_at
        VARCHAR(255) organization UK
        BIGINT parent_id
        VARCHAR(32) privacy
        TIMESTAMPTZ updated_at
        BIGINT native_id UK "NOT NULL"
        BIGINT provider_id FK,UK "NOT NULL"
        VARCHAR(512) slug UK
    }

    TeamMembership {
        VARCHAR(32) role
        BIGINT user_id PK,FK
        BIGINT team_id PK,FK
    }

    TeamRepositoryPermission {
        VARCHAR(32) permission "NOT NULL"
        BIGINT repository_id PK,FK
        BIGINT team_id PK,FK
    }

    User {
        BIGINT id PK
        TIMESTAMPTZ created_at
        TIMESTAMPTZ updated_at
        VARCHAR(255) avatar_url
        VARCHAR(255) email
        VARCHAR(255) html_url
        VARCHAR(255) login
        VARCHAR(255) name
        VARCHAR(255) type
        BIGINT native_id UK "NOT NULL"
        BIGINT provider_id FK,UK "NOT NULL"
    }

    UserAchievement {
        UUID id PK
        BIGINT user_id FK,UK "NOT NULL"
        VARCHAR(64) achievement_id UK "NOT NULL"
        TIMESTAMPTZ unlocked_at
        JSONB progress_data "NOT NULL"
        BIGINT version "NOT NULL"
    }

    UserPreference {
        BIGINT id PK
        BIGINT user_id FK,UK "NOT NULL"
        BOOLEAN participate_in_research "NOT NULL"
        BOOLEAN ai_review_enabled "NOT NULL"
    }

    WorkerRegistry {
        VARCHAR(255) worker_id PK
        TIMESTAMPTZ last_heartbeat "NOT NULL"
        TIMESTAMPTZ registered_at "NOT NULL"
    }

    WorkerTokenDenylist {
        VARCHAR(64) jti PK
        TIMESTAMPTZ revoked_at "NOT NULL"
        TIMESTAMPTZ expires_at "NOT NULL"
    }

    Workspace {
        BIGINT id PK
        TIMESTAMPTZ users_synced_at
        VARCHAR(120) account_login "NOT NULL"
        VARCHAR(255) repository_selection
        BIGINT organization_id FK,UK
        VARCHAR(10) account_type "NOT NULL"
        TIMESTAMPTZ created_at "NOT NULL"
        VARCHAR(120) display_name "NOT NULL"
        BOOLEAN is_publicly_viewable "NOT NULL"
        BOOLEAN leaderboard_notification_enabled
        INTEGER leaderboard_schedule_day
        VARCHAR(10) leaderboard_schedule_time
        VARCHAR(64) slug UK "NOT NULL"
        VARCHAR(20) status "NOT NULL"
        TIMESTAMPTZ updated_at
        TIMESTAMPTZ members_synced_at
        TIMESTAMPTZ teams_synced_at
        TIMESTAMPTZ sub_issues_synced_at
        TIMESTAMPTZ issue_types_synced_at
        TIMESTAMPTZ issue_dependencies_synced_at
        BOOLEAN practices_enabled "NOT NULL"
        BOOLEAN achievements_enabled "NOT NULL"
        BOOLEAN leaderboard_enabled "NOT NULL"
        BOOLEAN progression_enabled "NOT NULL"
        BOOLEAN leagues_enabled "NOT NULL"
        BOOLEAN practice_review_auto_trigger_enabled "NOT NULL"
        BOOLEAN practice_review_manual_trigger_enabled "NOT NULL"
        BOOLEAN mentor_enabled "NOT NULL"
        TIMESTAMPTZ leaderboard_league_cycle_at
        BIGINT practice_config_id FK
        BIGINT mentor_config_id FK
        BOOLEAN practice_run_for_all_users
        BOOLEAN practice_skip_drafts
        BOOLEAN practice_deliver_to_merged
        INTEGER practice_cooldown_minutes
    }

    WorkspaceMembership {
        TIMESTAMPTZ created_at "NOT NULL"
        INTEGER league_points "NOT NULL"
        VARCHAR(16) role "NOT NULL"
        BIGINT user_id PK,FK
        BIGINT workspace_id PK,FK
        BOOLEAN hidden "NOT NULL"
    }

    WorkspaceSlugHistory {
        BIGINT id PK
        TIMESTAMPTZ changed_at "NOT NULL"
        VARCHAR(64) new_slug "NOT NULL"
        VARCHAR(64) old_slug "NOT NULL"
        TIMESTAMPTZ redirect_expires_at
        BIGINT workspace_id FK "NOT NULL"
    }

    WorkspaceTeamLabelFilter {
        BIGINT workspace_id PK,FK
        BIGINT team_id PK,FK
        BIGINT label_id PK,FK
    }

    WorkspaceTeamRepositorySetting {
        BIGINT workspace_id PK,FK
        BIGINT team_id PK,FK
        BIGINT repository_id PK,FK
        BOOLEAN hidden_from_contributions "NOT NULL"
    }

    WorkspaceTeamSetting {
        BIGINT workspace_id PK,FK
        BIGINT team_id PK,FK
        BOOLEAN hidden "NOT NULL"
    }

    %% Relationships
    %% One-to-One relationships
    Account ||--|| AccountFeature : has
    Workspace ||--|| ActivityEvent : has
    Workspace ||--|| AgentConfig : has
    ChatMessage ||--|| ChatMessageVote : has
    GitCommit ||--|| CommitContributor : has
    Workspace ||--|| Connection : has
    Repository ||--|| Discussion : has
    DiscussionComment ||--|| Discussion : references
    IdentityProvider ||--|| Discussion : references
    Repository ||--|| DiscussionCategory : has
    IdentityProvider ||--|| DiscussionComment : commented_on
    AgentJob ||--|| Feedback : has
    Repository ||--|| GitCommit : has
    Repository ||--|| Issue : has
    IdentityProvider ||--|| Issue : references
    IdentityProvider ||--|| IssueComment : commented_on
    Repository ||--|| Label : labeled
    IdentityProvider ||--|| Label : labeled
    Workspace ||--|| MentorSlackThread : has
    Repository ||--|| Milestone : has
    IdentityProvider ||--|| Milestone : references
    IdentityProvider ||--|| Organization : references
    Workspace ||--|| OutlineCollection : has
    Connection ||--|| OutlineCollection : has
    Workspace ||--|| OutlineDocument : has
    Connection ||--|| OutlineDocument : has
    Workspace ||--|| Practice : has
    Workspace ||--|| PracticeArea : has
    Practice ||--|| PracticeRevision : has
    IdentityProvider ||--|| Project : references
    Project ||--|| ProjectField : has
    ProjectItem ||--|| ProjectFieldValue : has
    ProjectField ||--|| ProjectFieldValue : has
    Project ||--|| ProjectItem : has
    IdentityProvider ||--|| ProjectItem : references
    IdentityProvider ||--|| ProjectStatusUpdate : references
    IdentityProvider ||--|| PullRequestReview : reviewed
    IdentityProvider ||--|| PullRequestReviewComment : commented_on
    PullRequestReviewComment ||--|| PullRequestReviewThread : reviewed
    IdentityProvider ||--|| PullRequestReviewThread : reviewed
    IdentityProvider ||--|| Repository : references
    Workspace ||--|| SlackMessage : has
    Workspace ||--|| SlackMonitoredChannel : has
    Workspace ||--|| SlackParticipantConsent : has
    Workspace ||--|| SlackThread : has
    IdentityProvider ||--|| Team : references
    IdentityProvider ||--|| User : references
    User ||--|| UserAchievement : has
    User ||--|| UserPreference : has
    Organization ||--|| Workspace : has
    User ||--|| WorkspaceMembership : belongs_to
    Workspace ||--|| WorkspaceMembership : belongs_to

    %% One-to-Many relationships
    Account ||--o{ AccountExport : has
    User ||--o{ ActivityEvent : references
    Repository ||--o{ ActivityEvent : has
    Workspace ||--o{ AgentJob : has
    AgentConfig ||--o{ AgentJob : has
    Account ||--o{ AuthEvent : account_id
    Account ||--o{ AuthEvent : acting_account_id
    IdentityProvider ||--o{ AuthEvent : references
    Workspace ||--o{ AuthEvent : has
    IdentityLink ||--o{ AuthEvent : has
    ChatMessage ||--o{ ChatMessage : references
    ChatThread ||--o{ ChatMessage : has
    User ||--o{ ChatThread : has
    Workspace ||--o{ ChatThread : has
    User ||--o{ CommitContributor : has
    GitCommit ||--o{ CommitFileChange : has
    Connection ||--o{ ConnectionAudit : has
    User ||--o{ Discussion : authored_by
    DiscussionCategory ||--o{ Discussion : has
    User ||--o{ Discussion : references
    Discussion ||--o{ DiscussionComment : commented_on
    User ||--o{ DiscussionComment : commented_on
    DiscussionComment ||--o{ DiscussionComment : commented_on
    Workspace ||--o{ Feedback : has
    User ||--o{ Feedback : recipient_user_id
    User ||--o{ Feedback : about_user_id
    Feedback ||--o{ Feedback : references
    Feedback ||--o{ FeedbackPlacement : has
    ChatMessage ||--o{ FeedbackPlacement : has
    User ||--o{ GitCommit : authored_by
    User ||--o{ GitCommit : references
    Account ||--o{ IdentityLink : has
    IdentityProvider ||--o{ IdentityLink : references
    User ||--o{ Issue : authored_by
    Milestone ||--o{ Issue : has
    User ||--o{ Issue : merged_by
    Issue ||--o{ Issue : has
    IssueType ||--o{ Issue : has
    User ||--o{ IssueComment : commented_on
    Issue ||--o{ IssueComment : commented_on
    Organization ||--o{ IssueType : has
    Account ||--o{ IssuedJwt : has
    ChatThread ||--o{ MentorSlackThread : has
    User ||--o{ Milestone : created_by
    Practice ||--o{ Observation : has
    User ||--o{ Observation : has
    PracticeRevision ||--o{ Observation : has
    Workspace ||--o{ OutlineDocumentEvent : has
    Connection ||--o{ OutlineDocumentEvent : has
    PracticeArea ||--o{ Practice : has
    User ||--o{ Project : created_by
    Issue ||--o{ ProjectItem : has
    User ||--o{ ProjectItem : created_by
    Project ||--o{ ProjectStatusUpdate : has
    User ||--o{ ProjectStatusUpdate : created_by
    User ||--o{ PullRequestReview : reviewed
    Issue ||--o{ PullRequestReview : reviewed
    User ||--o{ PullRequestReviewComment : commented_on
    Issue ||--o{ PullRequestReviewComment : commented_on
    PullRequestReview ||--o{ PullRequestReviewComment : commented_on
    PullRequestReviewThread ||--o{ PullRequestReviewComment : commented_on
    PullRequestReviewComment ||--o{ PullRequestReviewComment : commented_on
    Issue ||--o{ PullRequestReviewThread : reviewed
    User ||--o{ PullRequestReviewThread : reviewed
    User ||--o{ Reaction : has
    Feedback ||--o{ Reaction : has
    Organization ||--o{ Repository : has
    Workspace ||--o{ RepositoryToMonitor : monitors
    Workspace ||--o{ SlackChannelConsentEvent : has
    User ||--o{ SlackChannelConsentEvent : has
    User ||--o{ SlackMessage : authored_by
+     Workspace ||--o{ SyncJob : has
+     Connection ||--o{ SyncJob : references
+     Connection ||--o{ SyncJob : connection_id
+     Connection ||--o{ SyncJob : connection_id
    AgentConfig ||--o{ Workspace : practice_config_id
    AgentConfig ||--o{ Workspace : mentor_config_id
    Workspace ||--o{ WorkspaceSlugHistory : has

    %% Many-to-Many relationships
    GitCommit }o--o{ CommitPullRequest : has
    Issue }o--o{ CommitPullRequest : references
+     Connection }o--o{ ConnectionActivity : has
+     Workspace }o--o{ ConnectionActivity : has
    Discussion }o--o{ DiscussionLabel : labeled
    Label }o--o{ DiscussionLabel : labeled
    Feedback }o--o{ FeedbackObservation : has
    Observation }o--o{ FeedbackObservation : has
    Issue }o--o{ IssueAssignee : assigned_to
    User }o--o{ IssueAssignee : assigned_to
    Issue }o--o{ IssueBlocking : blocked_issue_id
    Issue }o--o{ IssueBlocking : blocking_issue_id
    Issue }o--o{ IssueLabel : labeled
    Label }o--o{ IssueLabel : labeled
    Issue }o--o{ PullRequestRequestedReviewer : reviewed
    User }o--o{ PullRequestRequestedReviewer : reviewed
    Repository }o--o{ RepositoryCollaborator : has
    User }o--o{ RepositoryCollaborator : has
    User }o--o{ TeamMembership : belongs_to
    Team }o--o{ TeamMembership : belongs_to
    Repository }o--o{ TeamRepositoryPermission : has
    Team }o--o{ TeamRepositoryPermission : has
    Workspace }o--o{ WorkspaceTeamLabelFilter : labeled
    Team }o--o{ WorkspaceTeamLabelFilter : labeled
    Label }o--o{ WorkspaceTeamLabelFilter : labeled
    Workspace }o--o{ WorkspaceTeamRepositorySetting : has
    Team }o--o{ WorkspaceTeamRepositorySetting : has
    Repository }o--o{ WorkspaceTeamRepositorySetting : has
    Workspace }o--o{ WorkspaceTeamSetting : has
    Team }o--o{ WorkspaceTeamSetting : has

    %% Styling
    classDef primaryEntity fill:#e1f5fe,stroke:#01579b,stroke-width:2px
    classDef associationEntity fill:#f3e5f5,stroke:#4a148c,stroke-width:2px
    classDef metadataEntity fill:#e8f5e8,stroke:#1b5e20,stroke-width:2px

    class Issue primaryEntity
    class IssueAssignee associationEntity
    class IssueLabel associationEntity
    class Label primaryEntity
    class Milestone primaryEntity
    class PullRequestRequestedReviewer associationEntity
    class Repository primaryEntity
    class RepositoryToMonitor metadataEntity
    class Team primaryEntity
    class User primaryEntity
    class Workspace primaryEntity
